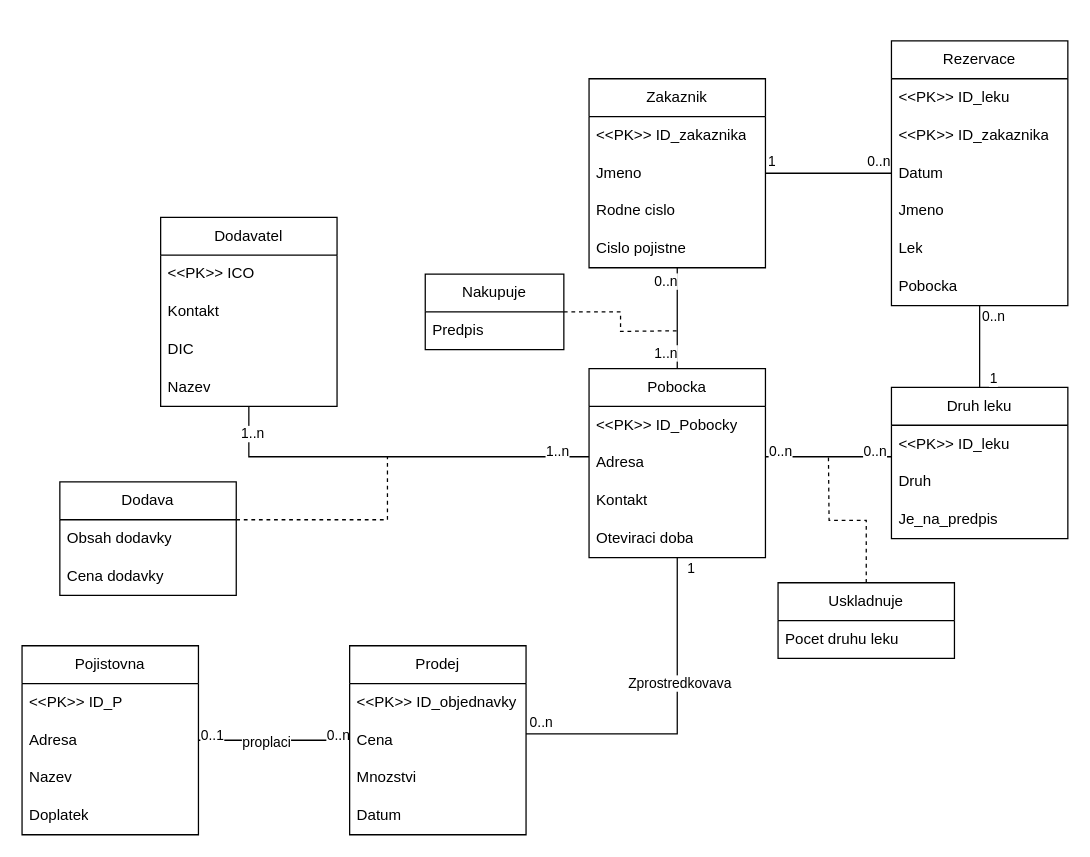
tada66/IUS-projekt keeps this draw.io diagram as IUS projekt ER diagram.drawio. Above is the earlier version. Source tidied: cells renumbered, new cells numbered last; positions are measured from the earlier drawing's top-left corner, leaving out a move shared by most shapes. Both pictures are drawn from the tidied source at 126%, with x=0, y=0 at pixel (21, 40).
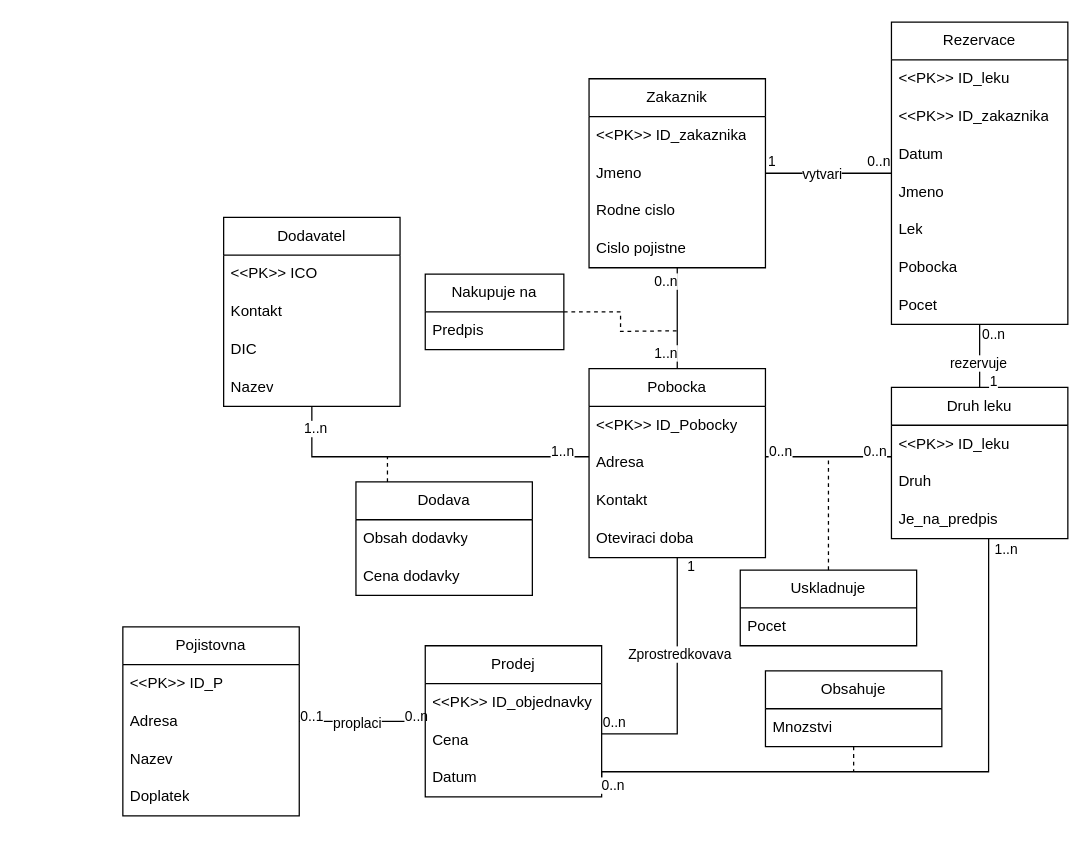
The same diagram, later.

Unchanged cells that the change refers to:
```xml
<mxCell id="17" value="Je_na_predpis" style="text;strokeColor=none;fillColor=none;align=left;verticalAlign=middle;spacingLeft=4;spacingRight=4;overflow=hidden;points=[[0,0.5],[1,0.5]];portConstraint=eastwest;whiteSpace=wrap;html=1;" parent="14" vertex="1">
  <mxGeometry y="90" width="140" height="30" as="geometry" />
</mxCell>
<mxCell id="43" style="edgeStyle=orthogonalEdgeStyle;rounded=0;jettySize=auto;html=1;endArrow=none;endFill=0;" parent="1" edge="1" source="49" target="18">
  <mxGeometry relative="1" as="geometry" />
</mxCell>
<mxCell id="46" style="edgeStyle=orthogonalEdgeStyle;rounded=0;jettySize=auto;html=1;endArrow=none;endFill=0;" parent="1" edge="1" source="49" target="14">
  <mxGeometry relative="1" as="geometry" />
</mxCell>
```

What changed in the source:
```diff
@@
     <mxCell id="6" value="Pojistovna" style="swimlane;fontStyle=0;horizontal=1;startSize=30;whiteSpace=wrap;html=1;" parent="1" vertex="1">
-      <mxGeometry y="480" width="140" height="150" as="geometry" />
+      <mxGeometry x="80" y="465" width="140" height="150" as="geometry" />
     </mxCell>
@@
     <mxCell id="38" value="Dodavatel" style="swimlane;fontStyle=0;horizontal=1;startSize=30;whiteSpace=wrap;html=1;" parent="1" vertex="1">
-      <mxGeometry x="110" y="140" width="140" height="150" as="geometry" />
+      <mxGeometry x="160" y="140" width="140" height="150" as="geometry" />
     </mxCell>
@@
+    <mxCell id="71" value="vytvari" style="edgeLabel;html=1;align=center;verticalAlign=middle;" parent="43" vertex="1">
+      <mxGeometry x="0.11" relative="1" as="geometry" />
+    </mxCell>
@@
+    <mxCell id="72" value="rezervuje" style="edgeLabel;html=1;align=center;verticalAlign=middle;" parent="46" vertex="1">
+      <mxGeometry x="0.21" y="-2" relative="1" as="geometry" />
+    </mxCell>
     <mxCell id="49" value="Rezervace" style="swimlane;fontStyle=0;horizontal=1;startSize=30;whiteSpace=wrap;html=1;" parent="1" vertex="1">
-      <mxGeometry x="690" width="140" height="210" as="geometry" />
+      <mxGeometry x="690" y="-15" width="140" height="240" as="geometry" />
     </mxCell>
@@
+    <mxCell id="73" value="Pocet" style="text;strokeColor=none;fillColor=none;align=left;verticalAlign=middle;spacingLeft=4;spacingRight=4;overflow=hidden;whiteSpace=wrap;html=1;" parent="49" vertex="1">
+      <mxGeometry y="210" width="140" height="30" as="geometry" />
+    </mxCell>
     <mxCell id="56" value="Prodej" style="swimlane;fontStyle=0;horizontal=1;startSize=30;whiteSpace=wrap;html=1;" parent="1" vertex="1">
-      <mxGeometry x="260" y="480" width="140" height="150" as="geometry" />
+      <mxGeometry x="320" y="480" width="140" height="120" as="geometry" />
     </mxCell>
@@
-    <mxCell id="59" value="Mnozstvi" style="text;strokeColor=none;fillColor=none;align=left;verticalAlign=middle;spacingLeft=4;spacingRight=4;overflow=hidden;whiteSpace=wrap;html=1;" parent="56" vertex="1">
-      <mxGeometry y="90" width="140" height="30" as="geometry" />
-    </mxCell>
     <mxCell id="60" value="Datum" style="text;strokeColor=none;fillColor=none;align=left;verticalAlign=middle;spacingLeft=4;spacingRight=4;overflow=hidden;whiteSpace=wrap;html=1;" parent="56" vertex="1">
-      <mxGeometry y="120" width="140" height="30" as="geometry" />
+      <mxGeometry y="90" width="140" height="30" as="geometry" />
     </mxCell>
@@
     <mxCell id="62" value="Uskladnuje" style="swimlane;fontStyle=0;horizontal=1;startSize=30;whiteSpace=wrap;html=1;" parent="1" vertex="1">
-      <mxGeometry x="600" y="430" width="140" height="60" as="geometry" />
+      <mxGeometry x="570" y="420" width="140" height="60" as="geometry" />
     </mxCell>
-    <mxCell id="63" value="Pocet druhu leku" style="text;strokeColor=none;fillColor=none;align=left;verticalAlign=middle;spacingLeft=4;spacingRight=4;overflow=hidden;whiteSpace=wrap;html=1;" parent="62" vertex="1">
+    <mxCell id="63" value="Pocet" style="text;strokeColor=none;fillColor=none;align=left;verticalAlign=middle;spacingLeft=4;spacingRight=4;overflow=hidden;whiteSpace=wrap;html=1;" parent="62" vertex="1">
       <mxGeometry y="30" width="140" height="30" as="geometry" />
     </mxCell>
@@
     <mxCell id="65" value="Dodava" style="swimlane;fontStyle=0;horizontal=1;startSize=30;whiteSpace=wrap;html=1;" parent="1" vertex="1">
-      <mxGeometry x="30" y="350" width="140" height="90" as="geometry" />
+      <mxGeometry x="265" y="350" width="140" height="90" as="geometry" />
     </mxCell>
@@
-    <mxCell id="69" value="Nakupuje" style="swimlane;fontStyle=0;horizontal=1;startSize=30;whiteSpace=wrap;html=1;" parent="1" vertex="1">
+    <mxCell id="69" value="Nakupuje na" style="swimlane;fontStyle=0;horizontal=1;startSize=30;whiteSpace=wrap;html=1;" parent="1" vertex="1">
       <mxGeometry x="320" y="185" width="110" height="60" as="geometry" />
     </mxCell>
@@
+    <mxCell id="74" style="edgeStyle=orthogonalEdgeStyle;rounded=0;jettySize=auto;html=1;entryX=0.551;entryY=1.005;entryDx=0;entryDy=0;entryPerimeter=0;endArrow=none;endFill=0;" parent="1" edge="1" target="17">
+      <mxGeometry relative="1" as="geometry">
+        <mxPoint x="460" y="585" as="sourcePoint" />
+        <Array as="points">
+          <mxPoint x="460" y="585" />
+          <mxPoint x="460" y="580" />
+          <mxPoint x="767" y="580" />
+        </Array>
+      </mxGeometry>
+    </mxCell>
+    <mxCell id="75" value="1..n" style="edgeLabel;html=1;align=center;verticalAlign=middle;" parent="74" vertex="1">
+      <mxGeometry x="0.97" y="-3" relative="1" as="geometry">
+        <mxPoint x="10" as="offset" />
+      </mxGeometry>
+    </mxCell>
+    <mxCell id="76" value="0..n" style="edgeLabel;html=1;align=center;verticalAlign=middle;" parent="74" vertex="1">
+      <mxGeometry x="-0.97" relative="1" as="geometry">
+        <mxPoint x="6" y="10" as="offset" />
+      </mxGeometry>
+    </mxCell>
+    <mxCell id="77" style="edgeStyle=orthogonalEdgeStyle;rounded=0;jettySize=auto;html=1;endArrow=none;endFill=0;dashed=1;" parent="1" edge="1" source="78">
+      <mxGeometry relative="1" as="geometry">
+        <mxPoint x="660" y="580" as="targetPoint" />
+      </mxGeometry>
+    </mxCell>
+    <mxCell id="78" value="Obsahuje" style="swimlane;fontStyle=0;horizontal=1;startSize=30;whiteSpace=wrap;html=1;" parent="1" vertex="1">
+      <mxGeometry x="590" y="500" width="140" height="60" as="geometry" />
+    </mxCell>
+    <mxCell id="59" value="Mnozstvi" style="text;strokeColor=none;fillColor=none;align=left;verticalAlign=middle;spacingLeft=4;spacingRight=4;overflow=hidden;whiteSpace=wrap;html=1;" parent="78" vertex="1">
+      <mxGeometry y="30" width="140" height="30" as="geometry" />
+    </mxCell>
```
